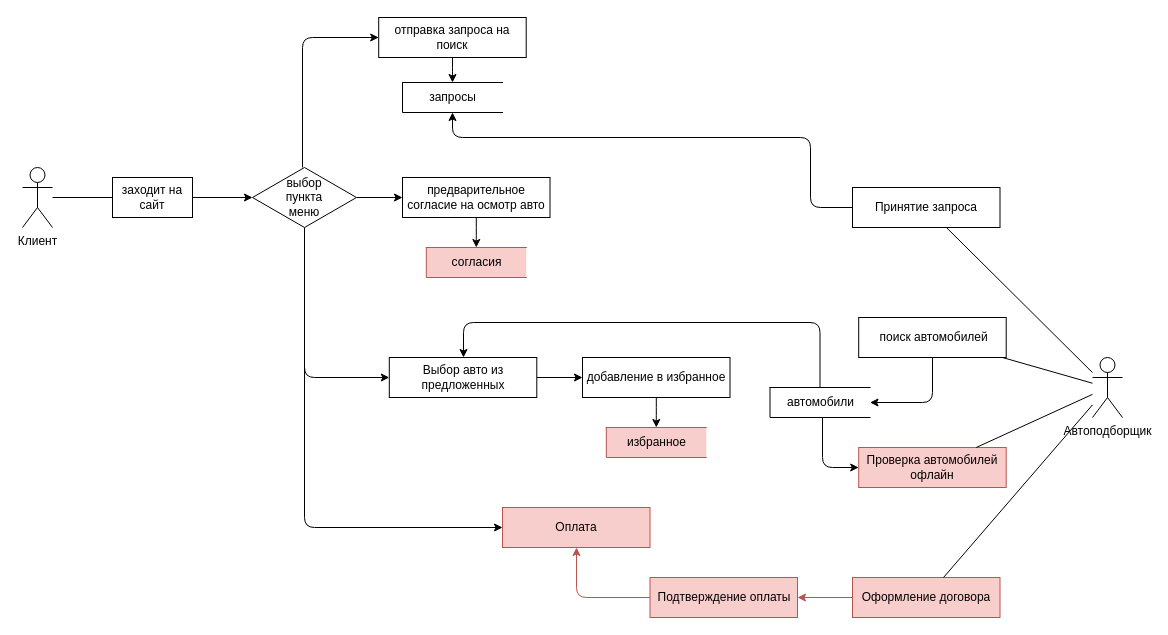
The draw.io diagram DFD.drawio in maksaev62/repr1, before the edit. Source tidied: cells renumbered, new cells numbered last; positions are measured from the earlier drawing's top-left corner, leaving out a move shared by most shapes. Both pictures are drawn from the tidied source at 100%, with x=0, y=0 at pixel (22, 17).
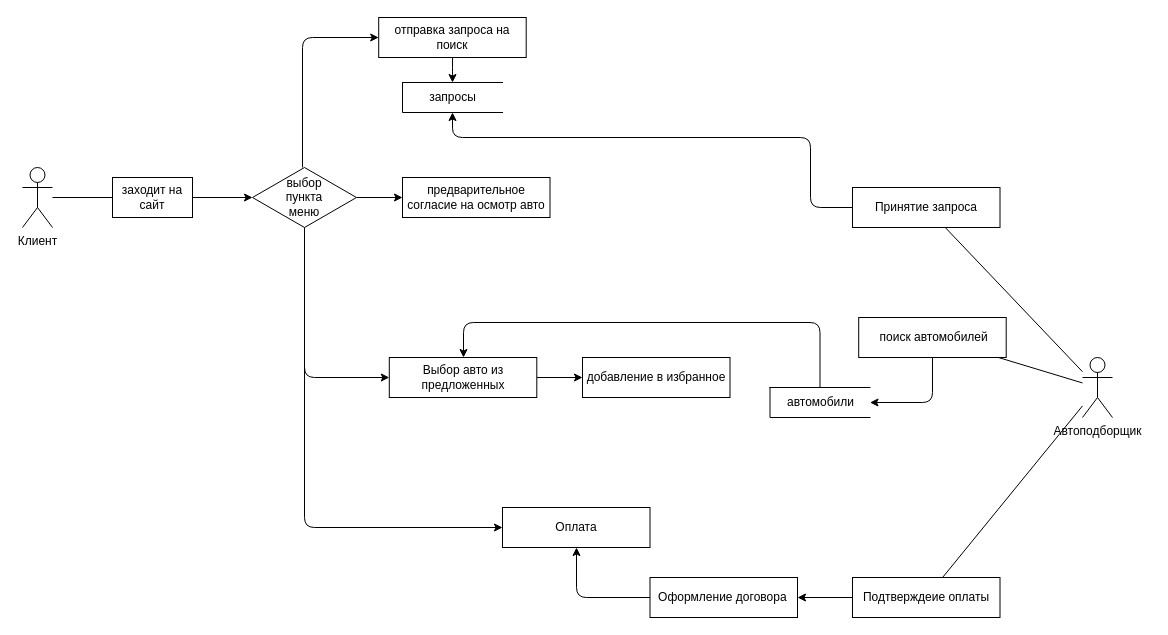
The same page after the edit.

Unchanged cells that the change refers to:
```xml
<mxCell id="8" value="&lt;span&gt;предварительное согласие на осмотр авто&lt;/span&gt;" style="rounded=0;whiteSpace=wrap;html=1;hachureGap=4;strokeWidth=1;" parent="1" vertex="1">
  <mxGeometry x="380" y="160" width="147.5" height="40" as="geometry" />
</mxCell>
<mxCell id="32" value="автомобили" style="html=1;dashed=0;whitespace=wrap;shape=partialRectangle;right=0;" parent="1" vertex="1">
  <mxGeometry x="747.5" y="370" width="100" height="30" as="geometry" />
</mxCell>
<mxCell id="37" value="добавление в избранное" style="rounded=0;whiteSpace=wrap;html=1;hachureGap=4;strokeWidth=1;" parent="1" vertex="1">
  <mxGeometry x="560" y="340" width="147.5" height="40" as="geometry" />
</mxCell>
```

The edit, as a diff of the source:
```diff
@@
     <mxCell id="3" value="Автоподборщик" style="shape=umlActor;verticalLabelPosition=bottom;verticalAlign=top;html=1;outlineConnect=0;" parent="1" vertex="1">
-      <mxGeometry x="1070" y="340" width="30" height="60" as="geometry" />
+      <mxGeometry x="1060" y="340" width="30" height="60" as="geometry" />
     </mxCell>
@@
-    <mxCell id="7" style="edgeStyle=orthogonalEdgeStyle;rounded=1;jettySize=auto;html=1;" parent="1" edge="1" source="8" target="20">
-      <mxGeometry relative="1" as="geometry" />
-    </mxCell>
@@
-    <mxCell id="18" value="Оплата" style="rounded=0;whiteSpace=wrap;html=1;hachureGap=4;strokeWidth=1;fillColor=#f8cecc;strokeColor=#b85450;" parent="1" vertex="1">
+    <mxCell id="18" value="Оплата" style="rounded=0;whiteSpace=wrap;html=1;hachureGap=4;strokeWidth=1;fillColor=none;strokeColor=default;" parent="1" vertex="1">
       <mxGeometry x="480" y="490" width="147.5" height="40" as="geometry" />
     </mxCell>
-    <mxCell id="19" value="избранное" style="html=1;dashed=0;whitespace=wrap;shape=partialRectangle;right=0;fillColor=#f8cecc;strokeColor=#b85450;" parent="1" vertex="1">
-      <mxGeometry x="583.8" y="410" width="100" height="30" as="geometry" />
-    </mxCell>
-    <mxCell id="20" value="согласия" style="html=1;dashed=0;whitespace=wrap;shape=partialRectangle;right=0;fillColor=#f8cecc;strokeColor=#b85450;" parent="1" vertex="1">
-      <mxGeometry x="403.8" y="230" width="100" height="30" as="geometry" />
-    </mxCell>
@@
-    <mxCell id="27" value="Проверка автомобилей офлайн" style="rounded=0;whiteSpace=wrap;html=1;hachureGap=4;strokeWidth=1;fillColor=#f8cecc;strokeColor=#b85450;" parent="1" vertex="1">
-      <mxGeometry x="836.2" y="430" width="147.5" height="40" as="geometry" />
-    </mxCell>
-    <mxCell id="28" style="edgeStyle=orthogonalEdgeStyle;rounded=1;jettySize=auto;html=1;fillColor=#f8cecc;strokeColor=#b85450;" parent="1" edge="1" source="29" target="18">
+    <mxCell id="28" style="edgeStyle=orthogonalEdgeStyle;rounded=1;jettySize=auto;html=1;fillColor=#f8cecc;strokeColor=default;" parent="1" edge="1" source="29" target="18">
       <mxGeometry relative="1" as="geometry">
         <Array as="points">
           <mxPoint x="554" y="580" />
         </Array>
       </mxGeometry>
     </mxCell>
-    <mxCell id="29" value="Подтверждение оплаты" style="rounded=0;whiteSpace=wrap;html=1;hachureGap=4;strokeWidth=1;fillColor=#f8cecc;strokeColor=#b85450;" parent="1" vertex="1">
+    <mxCell id="29" value="Оформление договора&amp;nbsp;" style="rounded=0;whiteSpace=wrap;html=1;hachureGap=4;strokeWidth=1;fillColor=none;strokeColor=default;" parent="1" vertex="1">
       <mxGeometry x="627.5" y="560" width="147.5" height="40" as="geometry" />
     </mxCell>
@@
-    <mxCell id="31" style="edgeStyle=orthogonalEdgeStyle;rounded=1;jettySize=auto;html=1;" parent="1" edge="1" source="32" target="27">
-      <mxGeometry relative="1" as="geometry">
-        <Array as="points">
-          <mxPoint x="800" y="450" />
-        </Array>
-      </mxGeometry>
-    </mxCell>
@@
-    <mxCell id="34" style="edgeStyle=orthogonalEdgeStyle;rounded=1;jettySize=auto;html=1;fillColor=#f8cecc;strokeColor=#b85450;" parent="1" edge="1" source="35" target="29">
+    <mxCell id="34" style="edgeStyle=orthogonalEdgeStyle;rounded=1;jettySize=auto;html=1;fillColor=#f8cecc;strokeColor=default;" parent="1" edge="1" source="35" target="29">
       <mxGeometry relative="1" as="geometry" />
     </mxCell>
-    <mxCell id="35" value="&lt;span&gt;Оформление договора&lt;/span&gt;" style="rounded=0;whiteSpace=wrap;html=1;hachureGap=4;strokeWidth=1;fillColor=#f8cecc;strokeColor=#b85450;" parent="1" vertex="1">
+    <mxCell id="35" value="Подтверждеие оплаты" style="rounded=0;whiteSpace=wrap;html=1;hachureGap=4;strokeWidth=1;fillColor=none;strokeColor=default;" parent="1" vertex="1">
       <mxGeometry x="830" y="560" width="147.5" height="40" as="geometry" />
     </mxCell>
-    <mxCell id="36" style="edgeStyle=orthogonalEdgeStyle;rounded=1;jettySize=auto;html=1;" parent="1" edge="1" source="37" target="19">
-      <mxGeometry relative="1" as="geometry" />
-    </mxCell>
@@
-    <mxCell id="38" style="endArrow=none;html=1;rounded=0;endFill=0;" parent="1" edge="1" source="3" target="27">
-      <mxGeometry relative="1" as="geometry" />
-    </mxCell>
```
